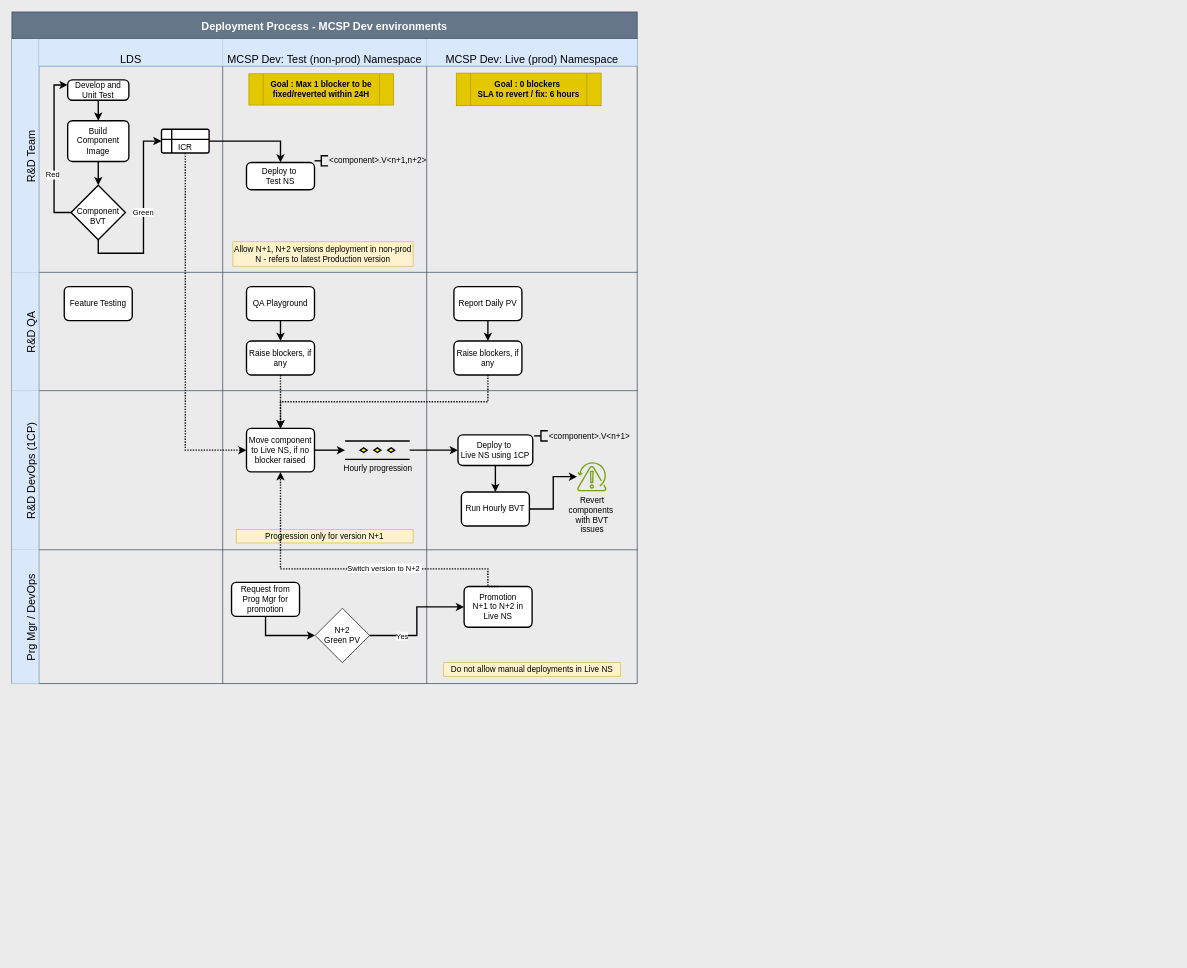
The draw.io diagram page "Dev Env" (1 of 2) of Release process.drawio in prasad-gsk-IBM/myibmrepo-prasad, before the edit. Source tidied: cells renumbered, new cells numbered last; positions are measured from the earlier drawing's top-left corner, leaving out a move shared by most shapes. Both pictures are drawn from the tidied source at 68%, with x=0, y=0 at pixel (12, 12).
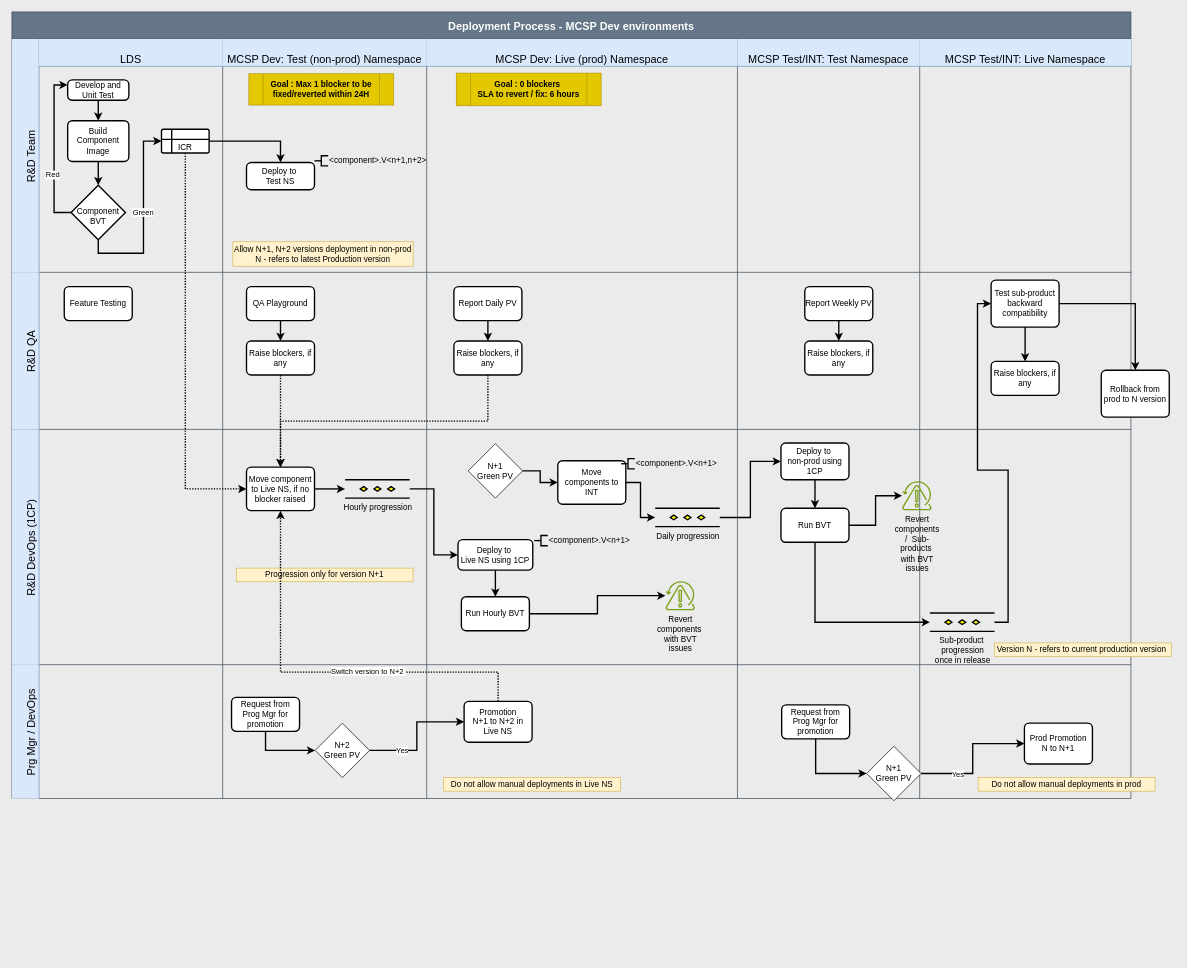
Above is the later version.

Unchanged cells that the change refers to:
```xml
<mxCell id="37" value="Move component to Live NS, if no blocker raised" style="rounded=1;whiteSpace=wrap;html=1;absoluteArcSize=1;arcSize=14;strokeWidth=2;" parent="36" vertex="1">
  <mxGeometry x="35" y="55.5" width="100" height="64" as="geometry" />
</mxCell>
<mxCell id="57" value="Promotion&lt;div&gt;N+1 to N+2 in Live NS&lt;/div&gt;" style="rounded=1;whiteSpace=wrap;html=1;absoluteArcSize=1;arcSize=14;strokeWidth=2;" parent="56" vertex="1">
  <mxGeometry x="55" y="54" width="100" height="60" as="geometry" />
</mxCell>
```

Change to the diagram source:
```diff
@@
     <mxCell id="2" value="Deployment Process - MCSP Dev environments" style="shape=table;childLayout=tableLayout;startSize=40;fontSize=16;fontStyle=1;fillColor=#647687;fontColor=#ffffff;strokeColor=#314354;" parent="1" vertex="1">
-      <mxGeometry width="919.6" height="987.7" as="geometry" />
+      <mxGeometry width="1645.6" height="1156.7" as="geometry" />
     </mxCell>
     <mxCell id="3" value="R&amp;D Team" style="shape=tableRow;horizontal=0;swimlaneHead=0;swimlaneBody=0;top=0;left=0;strokeColor=#6c8ebf;bottom=0;right=0;fontStyle=0;fillColor=#dae8fc;startSize=40;fontSize=16;flipV=0;flipH=0;verticalAlign=bottom;" parent="2" vertex="1">
-      <mxGeometry y="40" width="919.6" height="343" as="geometry" />
+      <mxGeometry y="40" width="1645.6" height="343" as="geometry" />
     </mxCell>
@@
     <mxCell id="20" value="MCSP Dev: Live (prod) Namespace" style="swimlane;swimlaneHead=0;swimlaneBody=0;fontStyle=0;strokeColor=#6c8ebf;fillColor=#dae8fc;startSize=40;fontSize=16;verticalAlign=bottom;" parent="3" vertex="1">
-      <mxGeometry x="610" width="310" height="343" as="geometry" />
+      <mxGeometry x="610" width="457" height="343" as="geometry" />
     </mxCell>
@@
+    <mxCell id="66" value="MCSP Test/INT: Test Namespace" style="swimlane;swimlaneHead=0;swimlaneBody=0;fontStyle=0;strokeColor=#6c8ebf;fillColor=#dae8fc;startSize=40;fontSize=16;verticalAlign=bottom;" parent="3" vertex="1">
+      <mxGeometry x="1067" width="268" height="343" as="geometry" />
+    </mxCell>
+    <mxCell id="67" value="MCSP Test/INT: Live Namespace" style="swimlane;swimlaneHead=0;swimlaneBody=0;fontStyle=0;strokeColor=#6c8ebf;fillColor=#dae8fc;startSize=40;fontSize=16;verticalAlign=bottom;" parent="3" vertex="1">
+      <mxGeometry x="1335" width="311" height="343" as="geometry" />
+    </mxCell>
@@
     <mxCell id="23" value="R&amp;D QA" style="shape=tableRow;horizontal=0;swimlaneHead=0;swimlaneBody=0;top=0;left=0;strokeColor=#6c8ebf;bottom=0;right=0;fontStyle=0;fillColor=#dae8fc;startSize=40;fontSize=16;flipV=0;flipH=0;verticalAlign=bottom;" parent="2" vertex="1">
-      <mxGeometry y="383" width="919.6" height="174" as="geometry" />
+      <mxGeometry y="383" width="1645.6" height="231" as="geometry" />
     </mxCell>
     <mxCell id="24" style="swimlane;swimlaneHead=0;swimlaneBody=0;fontStyle=0;strokeColor=#6c8ebf;fillColor=#dae8fc;startSize=0;fontSize=16;verticalAlign=bottom;" parent="23" vertex="1">
-      <mxGeometry x="40" width="270" height="174" as="geometry" />
+      <mxGeometry x="40" width="270" height="231" as="geometry" />
     </mxCell>
@@
     <mxCell id="26" style="swimlane;swimlaneHead=0;swimlaneBody=0;fontStyle=0;strokeColor=#6c8ebf;fillColor=#dae8fc;startSize=0;fontSize=16;verticalAlign=bottom;strokeWidth=2;" parent="23" vertex="1">
-      <mxGeometry x="310" width="300" height="174" as="geometry" />
+      <mxGeometry x="310" width="300" height="231" as="geometry" />
     </mxCell>
@@
     <mxCell id="30" style="swimlane;swimlaneHead=0;swimlaneBody=0;fontStyle=0;strokeColor=#6c8ebf;fillColor=#dae8fc;startSize=0;fontSize=16;verticalAlign=bottom;strokeWidth=2;" parent="23" vertex="1">
-      <mxGeometry x="610" width="310" height="174" as="geometry" />
+      <mxGeometry x="610" width="457" height="231" as="geometry" />
     </mxCell>
@@
+    <mxCell id="68" style="swimlane;swimlaneHead=0;swimlaneBody=0;fontStyle=0;strokeColor=#6c8ebf;fillColor=#dae8fc;startSize=0;fontSize=16;verticalAlign=bottom;strokeWidth=2;" parent="23" vertex="1">
+      <mxGeometry x="1067" width="268" height="231" as="geometry" />
+    </mxCell>
+    <mxCell id="69" value="Report Weekly PV" style="rounded=1;whiteSpace=wrap;html=1;absoluteArcSize=1;arcSize=14;strokeWidth=2;" parent="68" vertex="1">
+      <mxGeometry x="99" y="21" width="100" height="50" as="geometry" />
+    </mxCell>
+    <mxCell id="70" value="Raise blockers, if any" style="rounded=1;whiteSpace=wrap;html=1;absoluteArcSize=1;arcSize=14;strokeWidth=2;" parent="68" vertex="1">
+      <mxGeometry x="99" y="101" width="100" height="50" as="geometry" />
+    </mxCell>
+    <mxCell id="71" style="edgeStyle=orthogonalEdgeStyle;rounded=0;jettySize=auto;html=1;exitX=0.5;exitY=1;exitDx=0;exitDy=0;entryX=0.5;entryY=0;entryDx=0;entryDy=0;strokeWidth=2;" parent="68" edge="1" source="69" target="70">
+      <mxGeometry relative="1" as="geometry" />
+    </mxCell>
+    <mxCell id="72" style="swimlane;swimlaneHead=0;swimlaneBody=0;fontStyle=0;strokeColor=#6c8ebf;fillColor=#dae8fc;startSize=0;fontSize=16;verticalAlign=bottom;strokeWidth=2;" parent="23" vertex="1">
+      <mxGeometry x="1335" width="311" height="231" as="geometry" />
+    </mxCell>
+    <mxCell id="73" value="Test sub-product backward compatibility" style="rounded=1;whiteSpace=wrap;html=1;absoluteArcSize=1;arcSize=14;strokeWidth=2;" parent="72" vertex="1">
+      <mxGeometry x="105" y="11.5" width="100" height="69" as="geometry" />
+    </mxCell>
+    <mxCell id="74" value="Raise blockers, if any" style="rounded=1;whiteSpace=wrap;html=1;absoluteArcSize=1;arcSize=14;strokeWidth=2;" parent="72" vertex="1">
+      <mxGeometry x="105" y="131" width="100" height="50" as="geometry" />
+    </mxCell>
+    <mxCell id="75" style="edgeStyle=orthogonalEdgeStyle;rounded=0;jettySize=auto;html=1;entryX=0.5;entryY=0;entryDx=0;entryDy=0;strokeWidth=2;exitX=0.5;exitY=1;exitDx=0;exitDy=0;" parent="72" edge="1" source="73" target="74">
+      <mxGeometry relative="1" as="geometry" />
+    </mxCell>
+    <mxCell id="76" value="Rollback from prod to N version" style="rounded=1;whiteSpace=wrap;html=1;absoluteArcSize=1;arcSize=14;strokeWidth=2;" parent="72" vertex="1">
+      <mxGeometry x="267" y="144" width="100" height="69" as="geometry" />
+    </mxCell>
+    <mxCell id="77" style="edgeStyle=orthogonalEdgeStyle;rounded=0;jettySize=auto;html=1;exitX=1;exitY=0.5;exitDx=0;exitDy=0;entryX=0.5;entryY=0;entryDx=0;entryDy=0;strokeWidth=2;" parent="72" edge="1" source="73" target="76">
+      <mxGeometry relative="1" as="geometry" />
+    </mxCell>
     <mxCell id="34" value="R&amp;D DevOps (1CP)" style="shape=tableRow;horizontal=0;swimlaneHead=0;swimlaneBody=0;top=0;left=0;strokeColor=#6c8ebf;bottom=0;right=0;fontStyle=0;fillColor=#dae8fc;startSize=40;fontSize=16;flipV=0;flipH=0;verticalAlign=bottom;" parent="2" vertex="1">
-      <mxGeometry y="557" width="919.6" height="234" as="geometry" />
+      <mxGeometry y="614" width="1645.6" height="346" as="geometry" />
     </mxCell>
     <mxCell id="35" style="swimlane;swimlaneHead=0;swimlaneBody=0;fontStyle=0;strokeColor=#6c8ebf;fillColor=#dae8fc;startSize=0;fontSize=16;verticalAlign=bottom;" parent="34" vertex="1">
-      <mxGeometry x="40" width="270" height="234" as="geometry" />
+      <mxGeometry x="40" width="270" height="346" as="geometry" />
     </mxCell>
     <mxCell id="36" style="swimlane;swimlaneHead=0;swimlaneBody=0;fontStyle=0;strokeColor=#6c8ebf;fillColor=#dae8fc;startSize=0;fontSize=16;verticalAlign=bottom;" parent="34" vertex="1">
-      <mxGeometry x="310" width="300" height="234" as="geometry" />
+      <mxGeometry x="310" width="300" height="346" as="geometry" />
     </mxCell>
@@
     <mxCell id="41" style="swimlane;swimlaneHead=0;swimlaneBody=0;fontStyle=0;strokeColor=#6c8ebf;fillColor=#dae8fc;startSize=0;fontSize=16;verticalAlign=bottom;" parent="34" vertex="1">
-      <mxGeometry x="610" width="310" height="234" as="geometry" />
+      <mxGeometry x="610" width="457" height="346" as="geometry" />
     </mxCell>
@@
     <mxCell id="43" value="Deploy to&amp;nbsp;&lt;div&gt;Live NS using 1CP&lt;/div&gt;" style="rounded=1;whiteSpace=wrap;html=1;absoluteArcSize=1;arcSize=14;strokeWidth=2;" parent="41" vertex="1">
-      <mxGeometry x="46" y="65" width="110" height="45" as="geometry" />
+      <mxGeometry x="46" y="162" width="110" height="45" as="geometry" />
     </mxCell>
     <mxCell id="44" value="&amp;lt;component&amp;gt;.V&amp;lt;n+1&amp;gt;" style="strokeWidth=2;html=1;shape=mxgraph.flowchart.annotation_2;align=left;labelPosition=right;" parent="41" vertex="1">
-      <mxGeometry x="158" y="59" width="20" height="15" as="geometry" />
+      <mxGeometry x="158" y="156" width="20" height="15" as="geometry" />
     </mxCell>
     <mxCell id="45" value="Run Hourly BVT" style="rounded=1;whiteSpace=wrap;html=1;absoluteArcSize=1;arcSize=14;strokeWidth=2;" parent="41" vertex="1">
-      <mxGeometry x="51" y="149" width="100" height="50" as="geometry" />
+      <mxGeometry x="51" y="246" width="100" height="50" as="geometry" />
     </mxCell>
@@
     <mxCell id="48" value="&lt;span style=&quot;color: rgb(0, 0, 0); text-wrap-mode: wrap;&quot;&gt;Revert components&amp;nbsp;&lt;/span&gt;&lt;div&gt;&lt;span style=&quot;color: rgb(0, 0, 0); text-wrap-mode: wrap;&quot;&gt;with BVT issues&lt;/span&gt;&lt;/div&gt;" style="sketch=0;outlineConnect=0;fontColor=#232F3E;gradientColor=none;fillColor=#7AA116;strokeColor=none;dashed=0;verticalLabelPosition=bottom;verticalAlign=top;align=center;html=1;fontSize=12;fontStyle=0;shape=mxgraph.aws4.backup_recovery_point_objective;" parent="41" vertex="1">
-      <mxGeometry x="221" y="105" width="43.6" height="43" as="geometry" />
+      <mxGeometry x="351" y="223" width="43.6" height="43" as="geometry" />
     </mxCell>
+    <mxCell id="78" value="N+1&lt;div&gt;Green PV&lt;/div&gt;" style="rhombus;whiteSpace=wrap;html=1;" parent="41" vertex="1">
+      <mxGeometry x="61" y="21" width="80" height="80" as="geometry" />
+    </mxCell>
+    <mxCell id="79" value="Move components to INT" style="rounded=1;whiteSpace=wrap;html=1;absoluteArcSize=1;arcSize=14;strokeWidth=2;" parent="41" vertex="1">
+      <mxGeometry x="192.8" y="46" width="100" height="64" as="geometry" />
+    </mxCell>
+    <mxCell id="80" style="edgeStyle=orthogonalEdgeStyle;rounded=0;jettySize=auto;html=1;exitX=1;exitY=0.5;exitDx=0;exitDy=0;strokeWidth=2;entryX=0;entryY=0.5;entryDx=0;entryDy=0;" parent="41" edge="1" source="78" target="79">
+      <mxGeometry relative="1" as="geometry" />
+    </mxCell>
+    <mxCell id="81" value="Daily progression" style="verticalLabelPosition=bottom;verticalAlign=top;html=1;shape=mxgraph.flowchart.parallel_mode;strokeWidth=2;" parent="41" vertex="1">
+      <mxGeometry x="336" y="116" width="95" height="27" as="geometry" />
+    </mxCell>
+    <mxCell id="82" style="edgeStyle=orthogonalEdgeStyle;rounded=0;jettySize=auto;html=1;exitX=1;exitY=0.5;exitDx=0;exitDy=0;entryX=0;entryY=0.5;entryDx=0;entryDy=0;strokeWidth=2;" parent="41" edge="1" source="79" target="81">
+      <mxGeometry relative="1" as="geometry" />
+    </mxCell>
+    <mxCell id="83" style="swimlane;swimlaneHead=0;swimlaneBody=0;fontStyle=0;strokeColor=#6c8ebf;fillColor=#dae8fc;startSize=0;fontSize=16;verticalAlign=bottom;" parent="34" vertex="1">
+      <mxGeometry x="1067" width="268" height="346" as="geometry" />
+    </mxCell>
+    <mxCell id="84" style="swimlane;swimlaneHead=0;swimlaneBody=0;fontStyle=0;strokeColor=#6c8ebf;fillColor=#dae8fc;startSize=0;fontSize=16;verticalAlign=bottom;" parent="83" vertex="1">
+      <mxGeometry x="132" y="230" width="180" height="82" as="geometry" />
+    </mxCell>
+    <mxCell id="85" value="Sub-product&amp;nbsp;&lt;div&gt;progression&lt;/div&gt;&lt;div&gt;once in release&lt;/div&gt;" style="verticalLabelPosition=bottom;verticalAlign=top;html=1;shape=mxgraph.flowchart.parallel_mode;strokeWidth=2;" parent="84" vertex="1">
+      <mxGeometry x="151" y="40" width="95" height="27" as="geometry" />
+    </mxCell>
+    <mxCell id="86" style="swimlane;swimlaneHead=0;swimlaneBody=0;fontStyle=0;strokeColor=#6c8ebf;fillColor=#dae8fc;startSize=0;fontSize=16;verticalAlign=bottom;" parent="83" vertex="1">
+      <mxGeometry x="369" y="206" width="274" height="374" as="geometry" />
+    </mxCell>
+    <mxCell id="87" style="swimlane;swimlaneHead=0;swimlaneBody=0;fontStyle=0;strokeColor=#6c8ebf;fillColor=#dae8fc;startSize=0;fontSize=16;verticalAlign=bottom;" parent="83" vertex="1">
+      <mxGeometry x="369" y="580" width="274" height="195" as="geometry" />
+    </mxCell>
+    <mxCell id="88" value="Deploy to&amp;nbsp;&lt;div&gt;non-prod using 1CP&lt;/div&gt;" style="rounded=1;whiteSpace=wrap;html=1;absoluteArcSize=1;arcSize=14;strokeWidth=2;" parent="83" vertex="1">
+      <mxGeometry x="64" y="20" width="100" height="54" as="geometry" />
+    </mxCell>
+    <mxCell id="89" style="edgeStyle=none;rounded=0;jettySize=auto;html=1;exitX=0.5;exitY=1;exitDx=0;exitDy=0;entryX=0.5;entryY=0;entryDx=0;entryDy=0;strokeWidth=2;" parent="83" edge="1" source="88" target="90">
+      <mxGeometry relative="1" as="geometry" />
+    </mxCell>
+    <mxCell id="90" value="Run BVT" style="rounded=1;whiteSpace=wrap;html=1;absoluteArcSize=1;arcSize=14;strokeWidth=2;" parent="83" vertex="1">
+      <mxGeometry x="64" y="116" width="100" height="50" as="geometry" />
+    </mxCell>
+    <mxCell id="91" style="edgeStyle=orthogonalEdgeStyle;rounded=0;jettySize=auto;html=1;entryX=1;entryY=0.5;entryDx=0;entryDy=0;strokeWidth=2;startArrow=classic;startFill=1;endArrow=none;" parent="83" edge="1" source="93" target="90">
+      <mxGeometry relative="1" as="geometry" />
+    </mxCell>
+    <mxCell id="92" style="edgeStyle=orthogonalEdgeStyle;rounded=0;jettySize=auto;html=1;exitX=0.5;exitY=1;exitDx=0;exitDy=0;entryX=0;entryY=0.5;entryDx=0;entryDy=0;strokeWidth=2;entryPerimeter=0;" parent="83" edge="1" source="90" target="85">
+      <mxGeometry relative="1" as="geometry" />
+    </mxCell>
+    <mxCell id="93" value="&lt;span style=&quot;color: rgb(0, 0, 0); text-wrap-mode: wrap;&quot;&gt;Revert components /&amp;nbsp;&amp;nbsp;&lt;/span&gt;&lt;span style=&quot;background-color: transparent; color: light-dark(rgb(0, 0, 0), rgb(237, 237, 237)); text-wrap-mode: wrap;&quot;&gt;Sub-products&amp;nbsp;&lt;/span&gt;&lt;div&gt;&lt;div&gt;&lt;div&gt;&lt;span style=&quot;color: rgb(0, 0, 0); text-wrap-mode: wrap;&quot;&gt;with BVT issues&lt;/span&gt;&lt;/div&gt;&lt;/div&gt;&lt;/div&gt;" style="sketch=0;outlineConnect=0;fontColor=#232F3E;gradientColor=none;fillColor=#7AA116;strokeColor=none;dashed=0;verticalLabelPosition=bottom;verticalAlign=top;align=center;html=1;fontSize=12;fontStyle=0;shape=mxgraph.aws4.backup_recovery_point_objective;" parent="83" vertex="1">
+      <mxGeometry x="242" y="76" width="43.6" height="43" as="geometry" />
+    </mxCell>
+    <mxCell id="94" style="swimlane;swimlaneHead=0;swimlaneBody=0;fontStyle=0;strokeColor=#6c8ebf;fillColor=#dae8fc;startSize=0;fontSize=16;verticalAlign=bottom;" parent="34" vertex="1">
+      <mxGeometry x="1335" width="311" height="346" as="geometry" />
+    </mxCell>
+    <mxCell id="95" value="Version N - refers to current production version&amp;nbsp;" style="html=1;whiteSpace=wrap;fillColor=#fff2cc;strokeColor=#d6b656;" parent="94" vertex="1">
+      <mxGeometry x="110" y="314" width="260" height="20" as="geometry" />
+    </mxCell>
@@
+    <mxCell id="96" style="edgeStyle=orthogonalEdgeStyle;rounded=0;jettySize=auto;html=1;exitX=1;exitY=0.5;exitDx=0;exitDy=0;entryX=0;entryY=0.5;entryDx=0;entryDy=0;strokeWidth=2;" parent="34" edge="1" source="81" target="88">
+      <mxGeometry relative="1" as="geometry" />
+    </mxCell>
     <mxCell id="50" value="Prg Mgr / DevOps" style="shape=tableRow;horizontal=0;swimlaneHead=0;swimlaneBody=0;top=0;left=0;strokeColor=#6c8ebf;bottom=0;right=0;fontStyle=0;fillColor=#dae8fc;startSize=40;fontSize=16;flipV=0;flipH=0;verticalAlign=bottom;" parent="2" vertex="1">
-      <mxGeometry y="791" width="919.6" height="197" as="geometry" />
+      <mxGeometry y="960" width="1645.6" height="197" as="geometry" />
     </mxCell>
@@
     <mxCell id="56" style="swimlane;swimlaneHead=0;swimlaneBody=0;fontStyle=0;strokeColor=#6c8ebf;fillColor=#dae8fc;startSize=0;fontSize=16;verticalAlign=bottom;" parent="50" vertex="1">
-      <mxGeometry x="610" width="310" height="197" as="geometry" />
+      <mxGeometry x="610" width="457" height="197" as="geometry" />
     </mxCell>
@@
+    <mxCell id="97" style="swimlane;swimlaneHead=0;swimlaneBody=0;fontStyle=0;strokeColor=#6c8ebf;fillColor=#dae8fc;startSize=0;fontSize=16;verticalAlign=bottom;" parent="50" vertex="1">
+      <mxGeometry x="1067" width="268" height="197" as="geometry" />
+    </mxCell>
+    <mxCell id="98" value="Request from Prog Mgr for promotion" style="rounded=1;whiteSpace=wrap;html=1;absoluteArcSize=1;arcSize=14;strokeWidth=2;" parent="97" vertex="1">
+      <mxGeometry x="65" y="59" width="100" height="50" as="geometry" />
+    </mxCell>
+    <mxCell id="99" value="N+1&lt;div&gt;Green PV&lt;/div&gt;" style="rhombus;whiteSpace=wrap;html=1;" parent="97" vertex="1">
+      <mxGeometry x="190" y="120" width="80" height="80" as="geometry" />
+    </mxCell>
+    <mxCell id="100" style="edgeStyle=orthogonalEdgeStyle;rounded=0;jettySize=auto;html=1;exitX=0.5;exitY=1;exitDx=0;exitDy=0;entryX=0;entryY=0.5;entryDx=0;entryDy=0;strokeWidth=2;" parent="97" edge="1" source="98" target="99">
+      <mxGeometry relative="1" as="geometry" />
+    </mxCell>
+    <mxCell id="101" style="swimlane;swimlaneHead=0;swimlaneBody=0;fontStyle=0;strokeColor=#6c8ebf;fillColor=#dae8fc;startSize=0;fontSize=16;verticalAlign=bottom;" parent="50" vertex="1">
+      <mxGeometry x="1335" width="311" height="197" as="geometry" />
+    </mxCell>
+    <mxCell id="102" value="Prod Promotion&lt;div&gt;N to N+1&lt;/div&gt;" style="rounded=1;whiteSpace=wrap;html=1;absoluteArcSize=1;arcSize=14;strokeWidth=2;" parent="101" vertex="1">
+      <mxGeometry x="154" y="86" width="100" height="60" as="geometry" />
+    </mxCell>
+    <mxCell id="103" value="Do not allow manual deployments in prod" style="html=1;whiteSpace=wrap;fillColor=#fff2cc;strokeColor=#d6b656;" parent="101" vertex="1">
+      <mxGeometry x="86" y="166" width="260" height="20" as="geometry" />
+    </mxCell>
@@
+    <mxCell id="104" style="edgeStyle=orthogonalEdgeStyle;rounded=0;jettySize=auto;html=1;exitX=1;exitY=0.5;exitDx=0;exitDy=0;entryX=0;entryY=0.5;entryDx=0;entryDy=0;strokeWidth=2;" parent="50" edge="1" source="99" target="102">
+      <mxGeometry relative="1" as="geometry" />
+    </mxCell>
+    <mxCell id="105" value="Yes" style="edgeLabel;html=1;align=center;verticalAlign=middle;" parent="104" vertex="1">
+      <mxGeometry x="-0.27" y="-2" relative="1" as="geometry">
+        <mxPoint x="-19" y="-2" as="offset" />
+      </mxGeometry>
+    </mxCell>
@@
     <mxCell id="64" style="edgeStyle=orthogonalEdgeStyle;rounded=0;jettySize=auto;html=1;exitX=0.5;exitY=0;exitDx=0;exitDy=0;entryX=0.5;entryY=1;entryDx=0;entryDy=0;strokeWidth=2;dashed=1;dashPattern=1 1;" parent="2" edge="1" source="57" target="37">
       <mxGeometry relative="1" as="geometry">
         <Array as="points">
-          <mxPoint x="700" y="819" />
-          <mxPoint x="395" y="819" />
+          <mxPoint x="715" y="971" />
+          <mxPoint x="395" y="971" />
         </Array>
       </mxGeometry>
     </mxCell>
@@
+    <mxCell id="106" style="edgeStyle=orthogonalEdgeStyle;rounded=0;jettySize=auto;html=1;exitX=1;exitY=0.5;exitDx=0;exitDy=0;entryX=0;entryY=0.5;entryDx=0;entryDy=0;strokeWidth=2;exitPerimeter=0;" parent="2" edge="1" source="85" target="73">
+      <mxGeometry relative="1" as="geometry" />
+    </mxCell>
+    <mxCell id="107" value="&amp;lt;component&amp;gt;.V&amp;lt;n+1&amp;gt;" style="strokeWidth=2;html=1;shape=mxgraph.flowchart.annotation_2;align=left;labelPosition=right;" parent="1" vertex="1">
+      <mxGeometry x="896" y="657" width="20" height="15" as="geometry" />
+    </mxCell>
+    <mxCell id="108" style="edgeStyle=none;rounded=0;orthogonalLoop=1;jettySize=auto;html=1;exitX=1;exitY=0.5;exitDx=0;exitDy=0;exitPerimeter=0;" parent="1" edge="1" source="107" target="107">
+      <mxGeometry relative="1" as="geometry" />
+    </mxCell>
```
